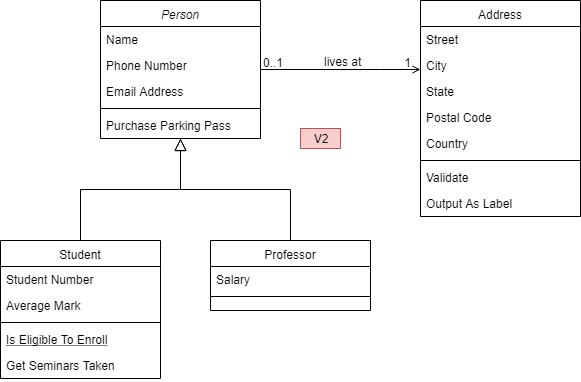
The draw.io diagram diagram.png in bsmith1310/drawio-github, before a commit. Source tidied: cells renumbered, new cells last; positions are measured from the earlier drawing's top-left corner, leaving out a move shared by most shapes.
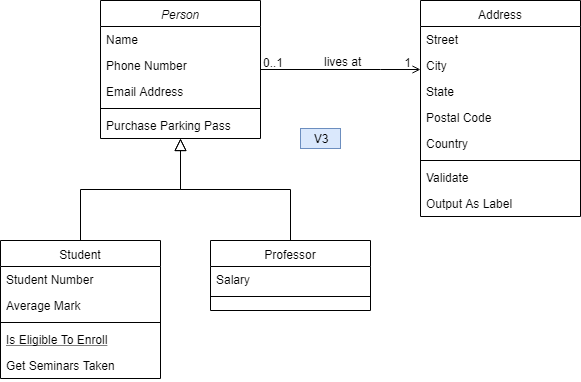
The same diagram one commit later.

Change to the diagram source:
```diff
@@ -111,7 +111,7 @@
         <mxPoint x="-38" y="40" as="offset" />
       </mxGeometry>
     </mxCell>
-    <mxCell id="32" value="V2" style="text;html=1;strokeColor=#b85450;fillColor=#f8cecc;align=center;verticalAlign=middle;whiteSpace=wrap;rounded=0;" parent="1" vertex="1">
+    <mxCell id="32" value="V3" style="text;html=1;strokeColor=#6c8ebf;fillColor=#dae8fc;align=center;verticalAlign=middle;whiteSpace=wrap;rounded=0;" parent="1" vertex="1">
       <mxGeometry x="300" y="128" width="40" height="20" as="geometry" />
     </mxCell>
   </root>
```
